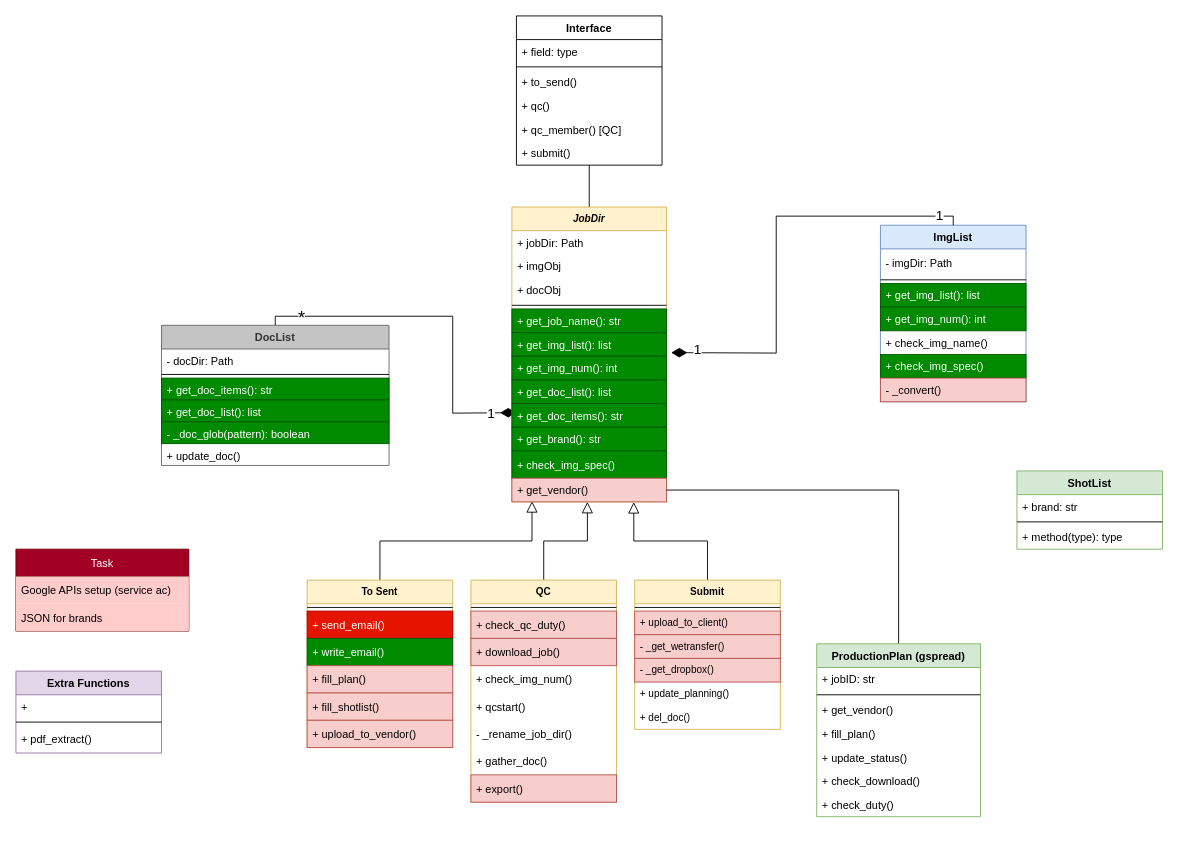
Earlier version of the draw.io diagram page "Class Diagram" (1 of 2) of python/IHS Class Diagram.drawio (pugtooone/IHS). Source tidied: cells renumbered, new cells numbered last; positions are measured from the earlier drawing's top-left corner, leaving out a move shared by most shapes. Both pictures are drawn from the tidied source at 91%, with x=0, y=0 at pixel (15, 15).
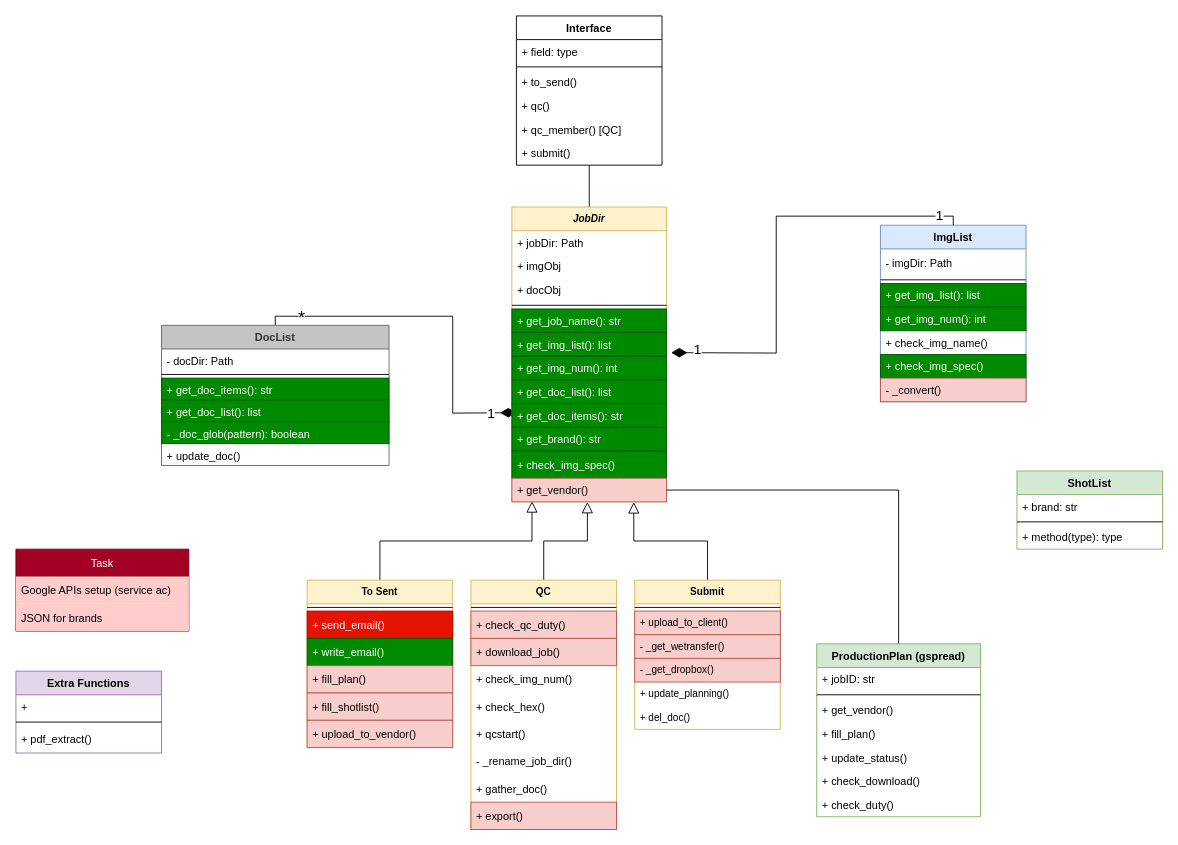
After the change.

Diff of the diagram source:
```diff
@@
     <mxCell id="21" value="QC" style="swimlane;fontStyle=1;align=center;verticalAlign=top;horizontal=1;startSize=26;fontSize=11;fillColor=#fff2cc;strokeColor=#d6b656;" parent="1" vertex="1">
-      <mxGeometry x="500" y="620" width="160" height="244" as="geometry" />
+      <mxGeometry x="500" y="620" width="160" height="274" as="geometry" />
     </mxCell>
@@
+    <mxCell id="90" value="+ check_hex()" style="text;strokeColor=none;fillColor=none;align=left;verticalAlign=middle;spacingLeft=4;spacingRight=4;overflow=hidden;" parent="21" vertex="1">
+      <mxGeometry y="124" width="160" height="30" as="geometry" />
+    </mxCell>
     <mxCell id="26" value="+ qcstart()" style="text;strokeColor=none;fillColor=none;align=left;verticalAlign=middle;spacingLeft=4;spacingRight=4;overflow=hidden;" parent="21" vertex="1">
-      <mxGeometry y="124" width="160" height="30" as="geometry" />
+      <mxGeometry y="154" width="160" height="30" as="geometry" />
     </mxCell>
     <mxCell id="27" value="- _rename_job_dir()" style="text;strokeColor=none;fillColor=none;align=left;verticalAlign=middle;spacingLeft=4;spacingRight=4;overflow=hidden;" parent="21" vertex="1">
-      <mxGeometry y="154" width="160" height="30" as="geometry" />
+      <mxGeometry y="184" width="160" height="30" as="geometry" />
     </mxCell>
     <mxCell id="28" value="+ gather_doc()" style="text;align=left;verticalAlign=middle;spacingLeft=4;spacingRight=4;overflow=hidden;" parent="21" vertex="1">
-      <mxGeometry y="184" width="160" height="30" as="geometry" />
+      <mxGeometry y="214" width="160" height="30" as="geometry" />
     </mxCell>
     <mxCell id="29" value="+ export()" style="text;strokeColor=#b85450;fillColor=#f8cecc;align=left;verticalAlign=middle;spacingLeft=4;spacingRight=4;overflow=hidden;" parent="21" vertex="1">
-      <mxGeometry y="214" width="160" height="30" as="geometry" />
+      <mxGeometry y="244" width="160" height="30" as="geometry" />
     </mxCell>
```
